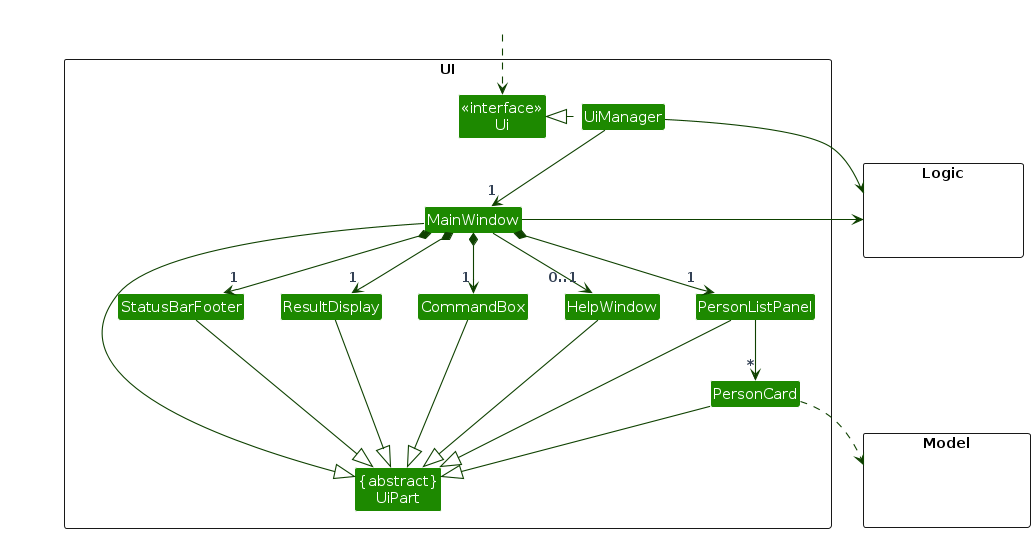
Above: diagrams/UiClassDiagram.png in AY2627S1-CS2103T-T17-2/tp (PlantUML), before the change. Its source is kept beside it as diagrams/UiClassDiagram.puml.
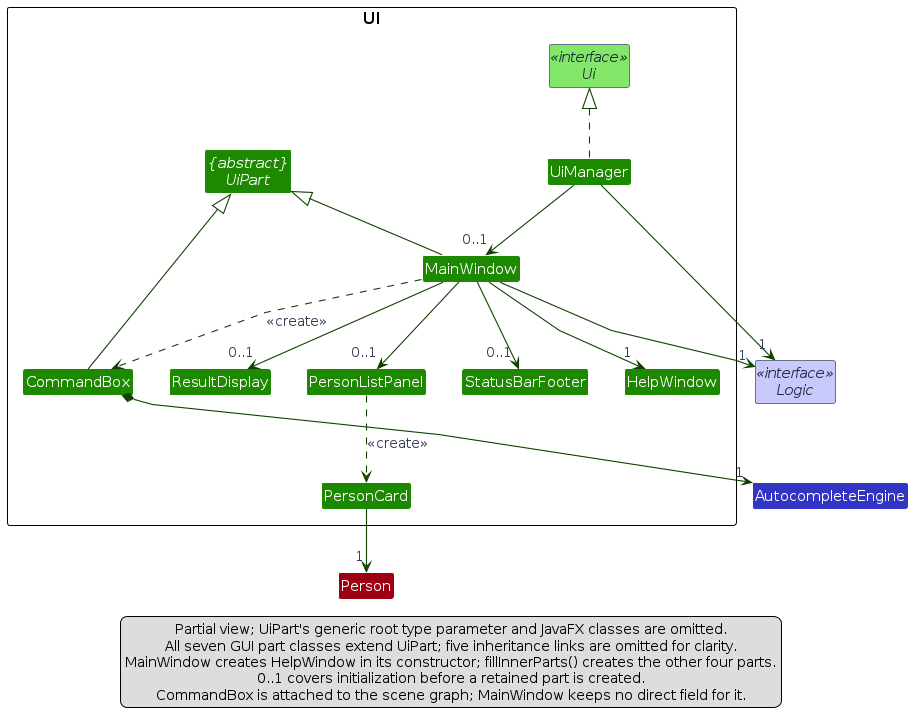
The same file after the commit.

Diff of the diagram source:
```diff
@@ -1,60 +1,43 @@
 @startuml
 !include style.puml
-skinparam arrowThickness 1.1
+skinparam ArrowFontStyle plain
+skinparam linetype polyline
 skinparam arrowColor UI_COLOR_T4
 skinparam classBackgroundColor UI_COLOR
-
-package UI <<Rectangle>>{
-Class "<<interface>>\nUi" as Ui
-Class "{abstract}\nUiPart" as UiPart
-Class UiManager
-Class MainWindow
-Class HelpWindow
-Class ResultDisplay
-Class PersonListPanel
-Class PersonCard
-Class StatusBarFooter
-Class CommandBox
+package "UI" as UIPackage {
+    interface Ui <<interface>> UI_COLOR_T1
+    abstract class "{abstract}\nUiPart" as UiPart
+    class UiManager
+    class MainWindow
+    class HelpWindow
+    class CommandBox
+    class ResultDisplay
+    class PersonListPanel
+    class StatusBarFooter
+    class PersonCard
 }
-
-package Model <<Rectangle>> {
-Class HiddenModel #FFFFFF
-}
-
-package Logic <<Rectangle>> {
-Class HiddenLogic #FFFFFF
-}
-
-Class HiddenOutside #FFFFFF
-HiddenOutside ..> Ui
-
-UiManager .left.|> Ui
-UiManager -down-> "1" MainWindow
-MainWindow *-down->  "1" CommandBox
-MainWindow *-down-> "1" ResultDisplay
-MainWindow *-down-> "1" PersonListPanel
-MainWindow *-down-> "1" StatusBarFooter
-MainWindow --> "0..1" HelpWindow
-
-PersonListPanel -down-> "*" PersonCard
-
-MainWindow -left-|> UiPart
-
-ResultDisplay --|> UiPart
-CommandBox --|> UiPart
-PersonListPanel --|> UiPart
-PersonCard --|> UiPart
-StatusBarFooter --|> UiPart
-HelpWindow --|> UiPart
-
-PersonCard ..> Model
-UiManager -right-> Logic
-MainWindow -left-> Logic
-
-PersonListPanel -[hidden]left- HelpWindow
-HelpWindow -[hidden]left- CommandBox
-CommandBox -[hidden]left- ResultDisplay
-ResultDisplay -[hidden]left- StatusBarFooter
-
-MainWindow -[hidden]-|> UiPart
+interface Logic <<interface>> LOGIC_COLOR_T1
+class AutocompleteEngine LOGIC_COLOR
+class Person MODEL_COLOR
+UiManager .up.|> Ui
+UiManager --> "0..1" MainWindow
+UiManager --> "1" Logic
+MainWindow --> "1" Logic
+MainWindow --> "1" HelpWindow
+MainWindow ..> CommandBox : <<create>>
+MainWindow --> "0..1" ResultDisplay
+MainWindow --> "0..1" PersonListPanel
+MainWindow --> "0..1" StatusBarFooter
+MainWindow -up-|> UiPart
+CommandBox -up-|> UiPart
+PersonListPanel ..> PersonCard : <<create>>
+PersonCard --> "1" Person
+CommandBox *--> "1" AutocompleteEngine
+legend bottom
+  Partial view; UiPart's generic root type parameter and JavaFX classes are omitted.
+  All seven GUI part classes extend UiPart; five inheritance links are omitted for clarity.
+  MainWindow creates HelpWindow in its constructor; fillInnerParts() creates the other four parts.
+  0..1 covers initialization before a retained part is created.
+  CommandBox is attached to the scene graph; MainWindow keeps no direct field for it.
+endlegend
 @enduml
```
